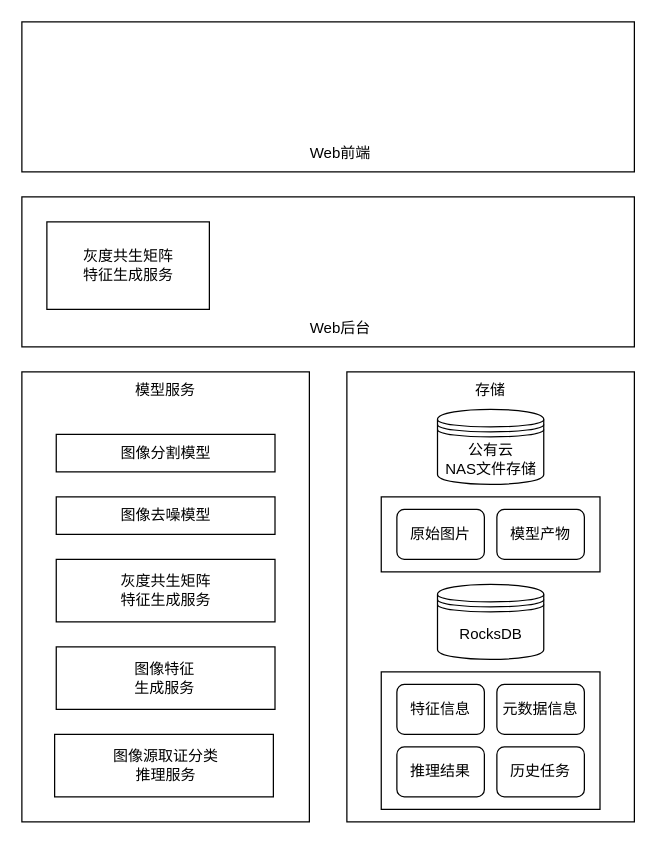
ForsakenLi/draw.io keeps this draw.io diagram as axio_of_sys.drawio. Above is the earlier version. Source tidied: cells renumbered, new cells numbered last; positions are measured from the earlier drawing's top-left corner, leaving out a move shared by most shapes. Both pictures are drawn from the tidied source at 125%, with x=0, y=0 at pixel (21, 21).
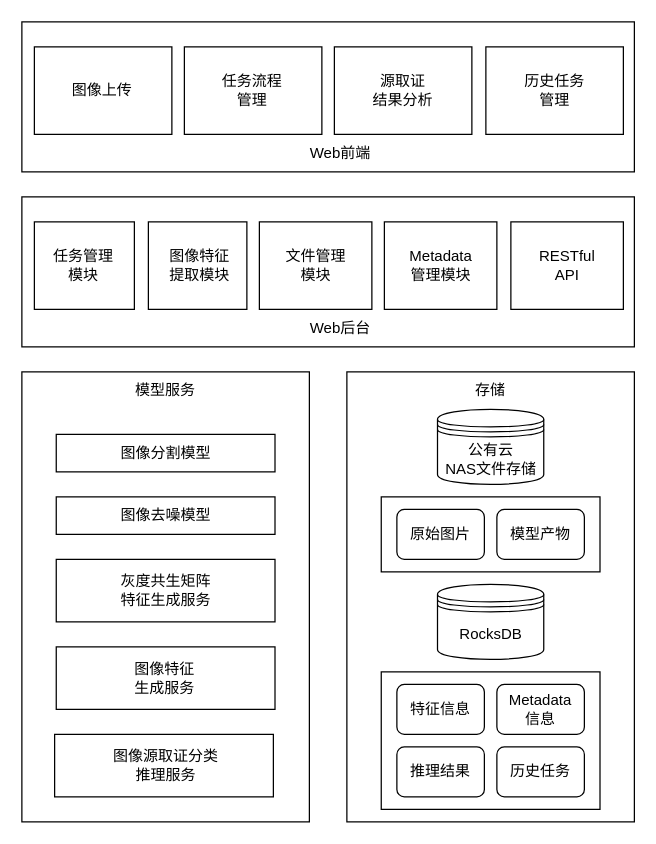
The same page after the edit.

Change to the diagram source:
```diff
@@
-    <mxCell id="17" value="元数据信息" style="rounded=1;whiteSpace=wrap;html=1;" parent="1" vertex="1">
+    <mxCell id="17" value="Metadata&lt;br&gt;信息" style="rounded=1;whiteSpace=wrap;html=1;" parent="1" vertex="1">
       <mxGeometry x="380" y="530" width="70" height="40" as="geometry" />
     </mxCell>
@@
     <mxCell id="30" style="verticalLabelPosition=bottom;verticalAlign=top;html=1;shape=mxgraph.basic.rect;fillColor2=none;strokeWidth=1;size=20;indent=5;" parent="1" vertex="1">
-      <mxGeometry x="20" y="160" width="130" height="70" as="geometry" />
+      <mxGeometry x="10" y="160" width="80" height="70" as="geometry" />
     </mxCell>
-    <mxCell id="31" value="灰度共生矩阵&lt;br&gt;特征生成服务" style="text;html=1;strokeColor=none;fillColor=none;align=center;verticalAlign=middle;whiteSpace=wrap;rounded=0;" parent="1" vertex="1">
-      <mxGeometry x="37.5" y="180" width="95" height="30" as="geometry" />
+    <mxCell id="31" value="任务管理模块" style="text;html=1;strokeColor=none;fillColor=none;align=center;verticalAlign=middle;whiteSpace=wrap;rounded=0;" parent="1" vertex="1">
+      <mxGeometry x="19.4" y="180" width="61.2" height="30" as="geometry" />
     </mxCell>
+    <mxCell id="32" style="verticalLabelPosition=bottom;verticalAlign=top;html=1;shape=mxgraph.basic.rect;fillColor2=none;strokeWidth=1;size=20;indent=5;" parent="1" vertex="1">
+      <mxGeometry x="101.2" y="160" width="78.8" height="70" as="geometry" />
+    </mxCell>
+    <mxCell id="33" value="图像特征提取模块" style="text;html=1;strokeColor=none;fillColor=none;align=center;verticalAlign=middle;whiteSpace=wrap;rounded=0;" parent="1" vertex="1">
+      <mxGeometry x="115" y="180" width="55" height="30" as="geometry" />
+    </mxCell>
+    <mxCell id="34" style="verticalLabelPosition=bottom;verticalAlign=top;html=1;shape=mxgraph.basic.rect;fillColor2=none;strokeWidth=1;size=20;indent=5;" parent="1" vertex="1">
+      <mxGeometry x="190" y="160" width="90" height="70" as="geometry" />
+    </mxCell>
+    <mxCell id="35" value="文件管理&lt;br&gt;模块" style="text;html=1;strokeColor=none;fillColor=none;align=center;verticalAlign=middle;whiteSpace=wrap;rounded=0;" parent="1" vertex="1">
+      <mxGeometry x="203.8" y="180" width="62.5" height="30" as="geometry" />
+    </mxCell>
+    <mxCell id="36" style="verticalLabelPosition=bottom;verticalAlign=top;html=1;shape=mxgraph.basic.rect;fillColor2=none;strokeWidth=1;size=20;indent=5;" parent="1" vertex="1">
+      <mxGeometry x="290" y="160" width="90" height="70" as="geometry" />
+    </mxCell>
+    <mxCell id="37" value="Metadata管理模块" style="text;html=1;strokeColor=none;fillColor=none;align=center;verticalAlign=middle;whiteSpace=wrap;rounded=0;" parent="1" vertex="1">
+      <mxGeometry x="303.8" y="180" width="62.5" height="30" as="geometry" />
+    </mxCell>
+    <mxCell id="38" style="verticalLabelPosition=bottom;verticalAlign=top;html=1;shape=mxgraph.basic.rect;fillColor2=none;strokeWidth=1;size=20;indent=5;" parent="1" vertex="1">
+      <mxGeometry x="391.2" y="160" width="90" height="70" as="geometry" />
+    </mxCell>
+    <mxCell id="39" value="RESTful API" style="text;html=1;strokeColor=none;fillColor=none;align=center;verticalAlign=middle;whiteSpace=wrap;rounded=0;" parent="1" vertex="1">
+      <mxGeometry x="405" y="180" width="62.5" height="30" as="geometry" />
+    </mxCell>
+    <mxCell id="40" style="verticalLabelPosition=bottom;verticalAlign=top;html=1;shape=mxgraph.basic.rect;fillColor2=none;strokeWidth=1;size=20;indent=5;" parent="1" vertex="1">
+      <mxGeometry x="10" y="20" width="110" height="70" as="geometry" />
+    </mxCell>
+    <mxCell id="41" style="verticalLabelPosition=bottom;verticalAlign=top;html=1;shape=mxgraph.basic.rect;fillColor2=none;strokeWidth=1;size=20;indent=5;" parent="1" vertex="1">
+      <mxGeometry x="130" y="20" width="110" height="70" as="geometry" />
+    </mxCell>
+    <mxCell id="42" style="verticalLabelPosition=bottom;verticalAlign=top;html=1;shape=mxgraph.basic.rect;fillColor2=none;strokeWidth=1;size=20;indent=5;" parent="1" vertex="1">
+      <mxGeometry x="250" y="20" width="110" height="70" as="geometry" />
+    </mxCell>
+    <mxCell id="43" style="verticalLabelPosition=bottom;verticalAlign=top;html=1;shape=mxgraph.basic.rect;fillColor2=none;strokeWidth=1;size=20;indent=5;" parent="1" vertex="1">
+      <mxGeometry x="371.2" y="20" width="110" height="70" as="geometry" />
+    </mxCell>
+    <mxCell id="44" value="图像上传" style="text;html=1;strokeColor=none;fillColor=none;align=center;verticalAlign=middle;whiteSpace=wrap;rounded=0;" parent="1" vertex="1">
+      <mxGeometry x="34.4" y="40" width="61.2" height="30" as="geometry" />
+    </mxCell>
+    <mxCell id="45" value="任务流程管理" style="text;html=1;strokeColor=none;fillColor=none;align=center;verticalAlign=middle;whiteSpace=wrap;rounded=0;" parent="1" vertex="1">
+      <mxGeometry x="154.4" y="40" width="61.2" height="30" as="geometry" />
+    </mxCell>
+    <mxCell id="46" value="源取证&lt;br&gt;结果分析" style="text;html=1;strokeColor=none;fillColor=none;align=center;verticalAlign=middle;whiteSpace=wrap;rounded=0;" parent="1" vertex="1">
+      <mxGeometry x="272.2" y="40" width="65.6" height="30" as="geometry" />
+    </mxCell>
+    <mxCell id="47" value="历史任务管理" style="text;html=1;strokeColor=none;fillColor=none;align=center;verticalAlign=middle;whiteSpace=wrap;rounded=0;" parent="1" vertex="1">
+      <mxGeometry x="395.6" y="40" width="61.2" height="30" as="geometry" />
+    </mxCell>
```
